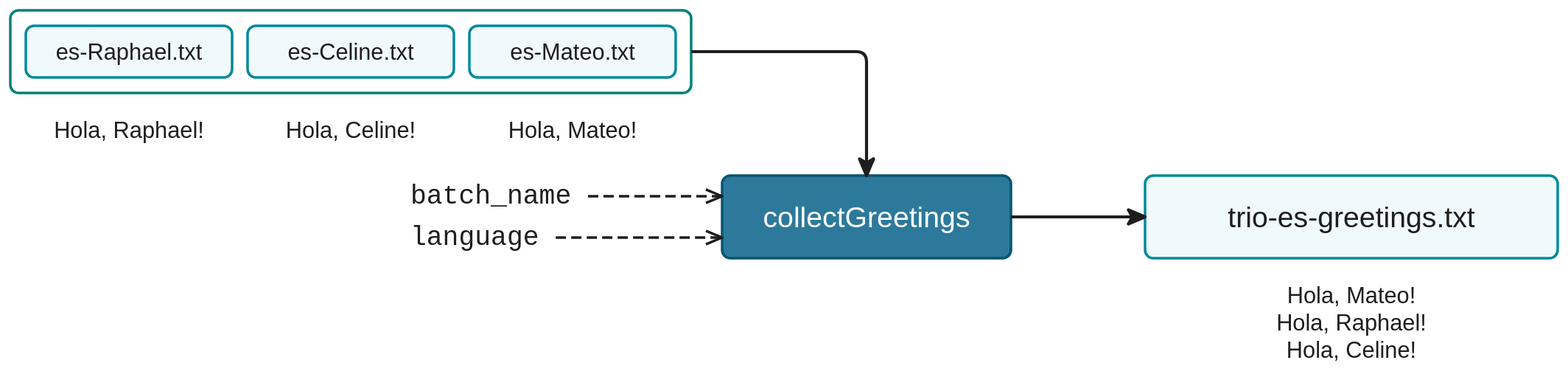
This is docs/en/docs/hello_nextflow/img/hello-collect-batch.drawio.svg from nextflow-io/training, a draw.io export, as it was before one commit. Source tidied: cells renumbered, new cells last; positions are measured from the earlier drawing's top-left corner, leaving out a move shared by most shapes.
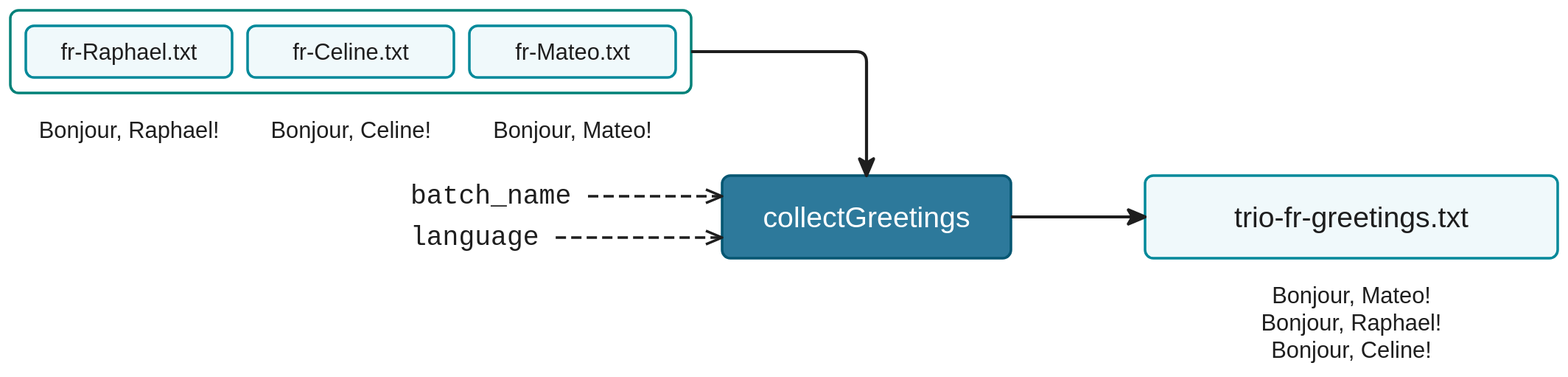
After the commit.

Commit message:
docs(hello_nextflow): restructure Hello Workflow sections; continue in French

The edit, as a diff of the source:
```diff
@@ -5,22 +5,22 @@
     <mxCell id="2" style="rounded=1;absoluteArcSize=1;arcSize=16;fillColor=#ffffff;strokeColor=#018178;strokeWidth=2.5;fontFamily=Helvetica;fontSize=22;fontColor=#1e1e1e;html=0;whiteSpace=nowrap;" parent="1" vertex="1">
       <mxGeometry width="660" height="80" as="geometry" />
     </mxCell>
-    <mxCell id="3" value="es-Raphael.txt" style="rounded=1;absoluteArcSize=1;arcSize=16;fillColor=#f0f9fb;strokeColor=#02899a;strokeWidth=2.5;fontFamily=Helvetica;fontSize=22;fontColor=#1e1e1e;html=0;whiteSpace=nowrap;" parent="2" vertex="1">
+    <mxCell id="3" value="fr-Raphael.txt" style="rounded=1;absoluteArcSize=1;arcSize=16;fillColor=#f0f9fb;strokeColor=#02899a;strokeWidth=2.5;fontFamily=Helvetica;fontSize=22;fontColor=#1e1e1e;html=0;whiteSpace=nowrap;" parent="2" vertex="1">
       <mxGeometry x="15" y="15" width="200" height="50" as="geometry" />
     </mxCell>
-    <mxCell id="4" value="Hola, Raphael!" style="text;align=center;verticalAlign=middle;spacing=0;spacingLeft=4;fontFamily=Helvetica;fontSize=22;fontColor=#1e1e1e;html=0;whiteSpace=nowrap;" parent="1" vertex="1">
-      <mxGeometry x="15" y="100" width="200" height="32" as="geometry" />
+    <mxCell id="4" value="Bonjour, Raphael!" style="text;align=center;verticalAlign=middle;spacing=0;spacingLeft=4;fontFamily=Helvetica;fontSize=22;fontColor=#1e1e1e;html=0;whiteSpace=nowrap;" parent="1" vertex="1">
+      <mxGeometry x="7.1" y="100" width="216" height="32" as="geometry" />
     </mxCell>
-    <mxCell id="5" value="es-Celine.txt" style="rounded=1;absoluteArcSize=1;arcSize=16;fillColor=#f0f9fb;strokeColor=#02899a;strokeWidth=2.5;fontFamily=Helvetica;fontSize=22;fontColor=#1e1e1e;html=0;whiteSpace=nowrap;" parent="2" vertex="1">
+    <mxCell id="5" value="fr-Celine.txt" style="rounded=1;absoluteArcSize=1;arcSize=16;fillColor=#f0f9fb;strokeColor=#02899a;strokeWidth=2.5;fontFamily=Helvetica;fontSize=22;fontColor=#1e1e1e;html=0;whiteSpace=nowrap;" parent="2" vertex="1">
       <mxGeometry x="230" y="15" width="200" height="50" as="geometry" />
     </mxCell>
-    <mxCell id="6" value="Hola, Celine!" style="text;align=center;verticalAlign=middle;spacing=0;spacingLeft=4;fontFamily=Helvetica;fontSize=22;fontColor=#1e1e1e;html=0;whiteSpace=nowrap;" parent="1" vertex="1">
-      <mxGeometry x="230" y="100" width="200" height="32" as="geometry" />
+    <mxCell id="6" value="Bonjour, Celine!" style="text;align=center;verticalAlign=middle;spacing=0;spacingLeft=4;fontFamily=Helvetica;fontSize=22;fontColor=#1e1e1e;html=0;whiteSpace=nowrap;" parent="1" vertex="1">
+      <mxGeometry x="228.2" y="100" width="204" height="32" as="geometry" />
     </mxCell>
-    <mxCell id="7" value="es-Mateo.txt" style="rounded=1;absoluteArcSize=1;arcSize=16;fillColor=#f0f9fb;strokeColor=#02899a;strokeWidth=2.5;fontFamily=Helvetica;fontSize=22;fontColor=#1e1e1e;html=0;whiteSpace=nowrap;" parent="2" vertex="1">
+    <mxCell id="7" value="fr-Mateo.txt" style="rounded=1;absoluteArcSize=1;arcSize=16;fillColor=#f0f9fb;strokeColor=#02899a;strokeWidth=2.5;fontFamily=Helvetica;fontSize=22;fontColor=#1e1e1e;html=0;whiteSpace=nowrap;" parent="2" vertex="1">
       <mxGeometry x="445" y="15" width="200" height="50" as="geometry" />
     </mxCell>
-    <mxCell id="8" value="Hola, Mateo!" style="text;align=center;verticalAlign=middle;spacing=0;spacingLeft=4;fontFamily=Helvetica;fontSize=22;fontColor=#1e1e1e;html=0;whiteSpace=nowrap;" parent="1" vertex="1">
+    <mxCell id="8" value="Bonjour, Mateo!" style="text;align=center;verticalAlign=middle;spacing=0;spacingLeft=4;fontFamily=Helvetica;fontSize=22;fontColor=#1e1e1e;html=0;whiteSpace=nowrap;" parent="1" vertex="1">
       <mxGeometry x="445" y="100" width="200" height="32" as="geometry" />
     </mxCell>
     <mxCell id="9" value="collectGreetings" style="rounded=1;absoluteArcSize=1;arcSize=16;fillColor=#2d799b;strokeColor=#055672;strokeWidth=2.5;fontFamily=Helvetica;fontSize=28;fontColor=#ffffff;html=0;whiteSpace=nowrap;" parent="1" vertex="1">
@@ -45,13 +45,13 @@
     <mxCell id="14" style="edgeStyle=none;html=0;strokeColor=#1e1e1e;endSize=12;strokeWidth=2.5;dashed=1;dashPattern=4 2;endArrow=open;endFill=0;exitX=1;exitY=0.5;exitDx=0;exitDy=0;entryX=0;entryY=0.75;entryDx=0;entryDy=0;" parent="1" edge="1" source="13" target="9">
       <mxGeometry relative="1" as="geometry" />
     </mxCell>
-    <mxCell id="15" value="trio-es-greetings.txt" style="rounded=1;absoluteArcSize=1;arcSize=16;fillColor=#f0f9fb;strokeColor=#02899a;strokeWidth=2.5;fontFamily=Helvetica;fontSize=28;fontColor=#1e1e1e;html=0;whiteSpace=nowrap;" parent="1" vertex="1">
+    <mxCell id="15" value="trio-fr-greetings.txt" style="rounded=1;absoluteArcSize=1;arcSize=16;fillColor=#f0f9fb;strokeColor=#02899a;strokeWidth=2.5;fontFamily=Helvetica;fontSize=28;fontColor=#1e1e1e;html=0;whiteSpace=nowrap;" parent="1" vertex="1">
       <mxGeometry x="1100" y="160" width="400" height="80" as="geometry" />
     </mxCell>
     <mxCell id="16" style="edgeStyle=none;html=0;strokeColor=#1e1e1e;endSize=12;strokeWidth=3;endArrow=classic;endFill=1;exitX=1;exitY=0.5;exitDx=0;exitDy=0;entryX=0;entryY=0.5;entryDx=0;entryDy=0;" parent="1" edge="1" source="9" target="15">
       <mxGeometry relative="1" as="geometry" />
     </mxCell>
-    <mxCell id="17" value="Hola, Mateo!&#10;Hola, Raphael!&#10;Hola, Celine!" style="text;align=center;verticalAlign=middle;spacing=0;spacingLeft=4;fontFamily=Helvetica;fontSize=22;fontColor=#1e1e1e;html=0;whiteSpace=nowrap;" parent="1" vertex="1">
+    <mxCell id="17" value="Bonjour, Mateo!&#10;Bonjour, Raphael!&#10;Bonjour, Celine!" style="text;align=center;verticalAlign=middle;spacing=0;spacingLeft=4;fontFamily=Helvetica;fontSize=22;fontColor=#1e1e1e;html=0;whiteSpace=nowrap;" parent="1" vertex="1">
       <mxGeometry x="1100" y="260" width="400" height="85" as="geometry" />
     </mxCell>
   </root>
```
